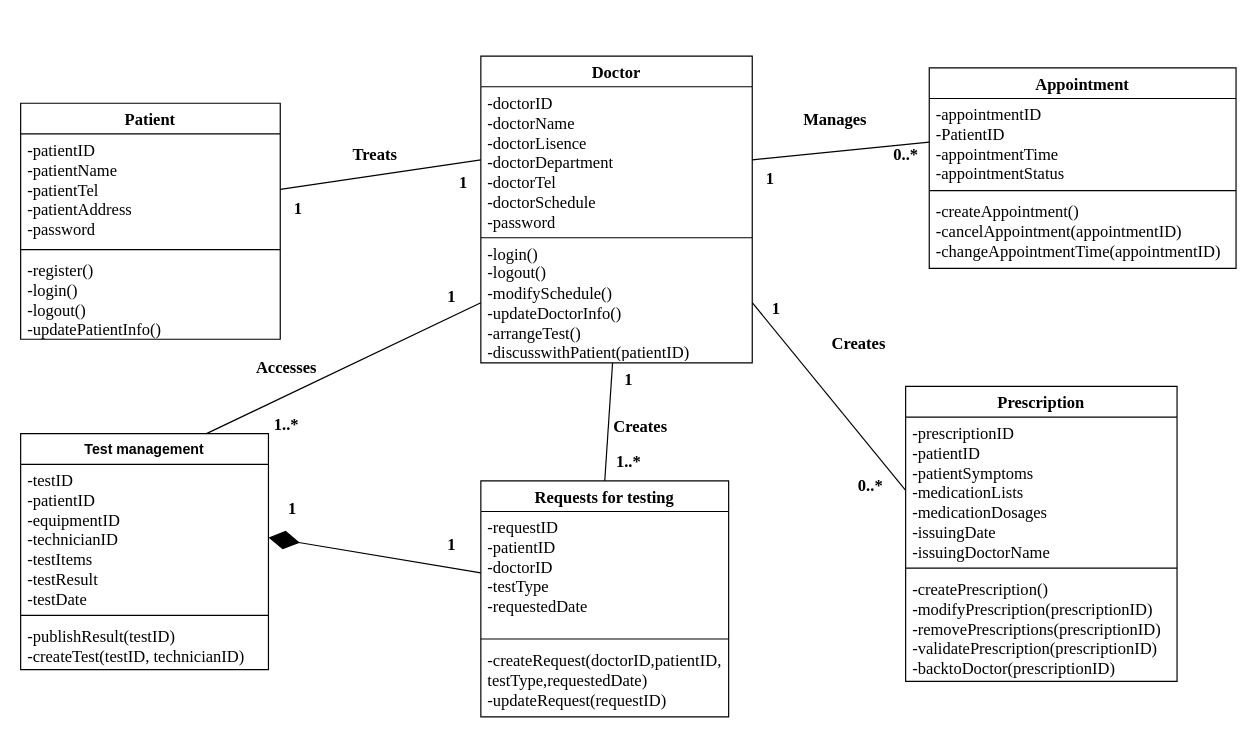
Above: Class Diagram_Doctor.drawio in FOMOKN/Software-Engineering (draw.io), before the change. Source tidied: cells renumbered, new cells numbered last; positions are measured from the earlier drawing's top-left corner, leaving out a move shared by most shapes. Both pictures are drawn from the tidied source at 118%, with x=0, y=0 at pixel (20, 55).
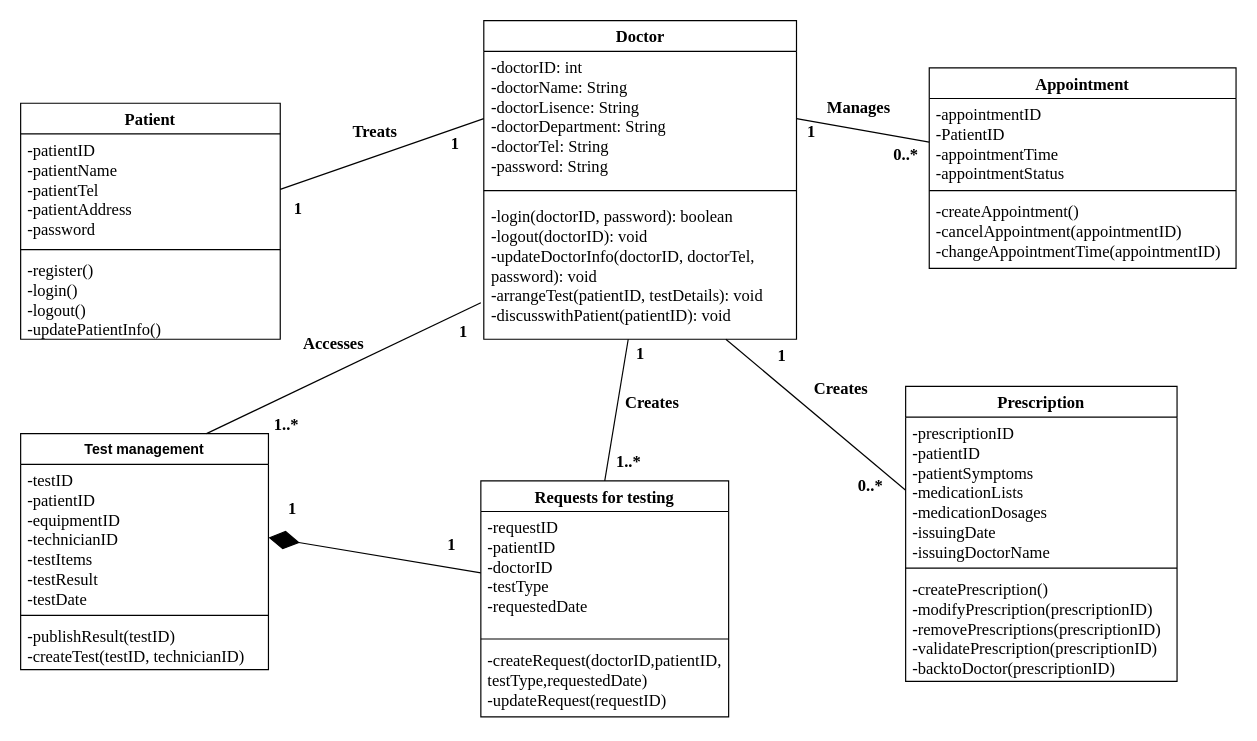
After the change.

The change refers to these unchanged cells:
```xml
<mxCell id="7" value="-appointmentID&lt;br style=&quot;font-size: 14px;&quot;&gt;-PatientID&lt;br style=&quot;font-size: 14px;&quot;&gt;-appointmentTime&lt;br style=&quot;font-size: 14px;&quot;&gt;-appointmentStatus" style="text;strokeColor=none;fillColor=none;align=left;verticalAlign=top;spacingLeft=4;spacingRight=4;overflow=hidden;points=[[0,0.5],[1,0.5]];portConstraint=eastwest;whiteSpace=wrap;html=1;fontFamily=Times New Roman;fontSize=14;" parent="6" vertex="1">
  <mxGeometry y="26" width="260" height="74" as="geometry" />
</mxCell>
<mxCell id="11" value="&lt;font&gt;-prescriptionID&lt;br&gt;-patientID&lt;br style=&quot;font-size: 14px;&quot;&gt;-patientSymptoms&lt;br style=&quot;font-size: 14px;&quot;&gt;-medicationLists&lt;br style=&quot;font-size: 14px;&quot;&gt;-medicationDosages&lt;br&gt;-issuingDate&lt;br&gt;-issuingDoctorName&lt;/font&gt;" style="text;strokeColor=none;fillColor=none;align=left;verticalAlign=top;spacingLeft=4;spacingRight=4;overflow=hidden;points=[[0,0.5],[1,0.5]];portConstraint=eastwest;whiteSpace=wrap;html=1;fontFamily=Times New Roman;fontSize=14;" parent="10" vertex="1">
  <mxGeometry y="26" width="230" height="124" as="geometry" />
</mxCell>
<mxCell id="14" value="&lt;font style=&quot;font-size: 14px;&quot; face=&quot;Times New Roman&quot;&gt;Requests for testing&lt;/font&gt;" style="swimlane;fontStyle=1;align=center;verticalAlign=top;horizontal=1;startSize=26;whiteSpace=wrap;html=1;" parent="1" vertex="1">
  <mxGeometry x="390" y="360" width="210" height="200" as="geometry" />
</mxCell>
<mxCell id="19" value="-patientID&lt;br style=&quot;font-size: 14px;&quot;&gt;-patientName&lt;br style=&quot;font-size: 14px;&quot;&gt;-patientTel&lt;br style=&quot;font-size: 14px;&quot;&gt;-patientAddress&lt;br style=&quot;font-size: 14px;&quot;&gt;-password" style="text;strokeColor=none;fillColor=none;align=left;verticalAlign=top;spacingLeft=4;spacingRight=4;overflow=hidden;points=[[0,0.5],[1,0.5]];portConstraint=eastwest;whiteSpace=wrap;html=1;fontFamily=Times New Roman;fontSize=14;" parent="18" vertex="1">
  <mxGeometry y="26" width="220" height="94" as="geometry" />
</mxCell>
<mxCell id="22" value="Test management" style="swimlane;fontStyle=1;align=center;verticalAlign=top;horizontal=1;startSize=26;whiteSpace=wrap;html=1;" parent="1" vertex="1">
  <mxGeometry y="320" width="210" height="200" as="geometry" />
</mxCell>
```

What changed in the source:
```diff
@@
-    <mxCell id="2" value="&lt;font style=&quot;font-size: 14px;&quot; face=&quot;Times New Roman&quot;&gt;Doctor&lt;/font&gt;" style="swimlane;fontStyle=1;align=center;verticalAlign=top;horizontal=1;startSize=26;whiteSpace=wrap;html=1;" parent="1" vertex="1">
-      <mxGeometry x="390" width="230" height="260" as="geometry" />
-    </mxCell>
-    <mxCell id="3" value="-doctorID&lt;br style=&quot;font-size: 14px;&quot;&gt;-doctorName&lt;br&gt;-doctorLisence&lt;br style=&quot;font-size: 14px;&quot;&gt;-doctorDepartment&lt;br style=&quot;font-size: 14px;&quot;&gt;-doctorTel&lt;br style=&quot;font-size: 14px;&quot;&gt;-doctorSchedule&lt;br&gt;-password" style="text;strokeColor=none;fillColor=none;align=left;verticalAlign=top;spacingLeft=4;spacingRight=4;overflow=hidden;points=[[0,0.5],[1,0.5]];portConstraint=eastwest;whiteSpace=wrap;html=1;fontFamily=Times New Roman;fontStyle=0;fontSize=14;" parent="2" vertex="1">
-      <mxGeometry y="26" width="230" height="124" as="geometry" />
-    </mxCell>
-    <mxCell id="4" style="line;strokeWidth=1;fillColor=none;align=left;verticalAlign=middle;spacingTop=-1;spacingLeft=3;spacingRight=3;labelPosition=right;strokeColor=inherit;" parent="2" vertex="1">
-      <mxGeometry y="150" width="230" height="8" as="geometry" />
-    </mxCell>
-    <mxCell id="5" value="-login()&lt;br&gt;-logout()&lt;br style=&quot;font-size: 14px;&quot;&gt;-modifySchedule()&lt;br style=&quot;font-size: 14px;&quot;&gt;-updateDoctorInfo()&lt;br style=&quot;font-size: 14px;&quot;&gt;-arrangeTest()&lt;br&gt;-discusswithPatient(patientID)" style="text;strokeColor=none;fillColor=none;align=left;verticalAlign=middle;spacingLeft=4;spacingRight=4;overflow=hidden;points=[[0,0.5],[1,0.5]];portConstraint=eastwest;whiteSpace=wrap;html=1;fontSize=14;fontFamily=Times New Roman;" parent="2" vertex="1">
-      <mxGeometry y="158" width="230" height="102" as="geometry" />
-    </mxCell>
@@
-    <mxCell id="26" style="endArrow=none;html=1;rounded=0;entryX=0;entryY=0.5;entryDx=0;entryDy=0;exitX=1;exitY=0.5;exitDx=0;exitDy=0;" parent="1" edge="1" source="3" target="7">
+    <mxCell id="26" style="endArrow=none;html=1;rounded=0;entryX=0;entryY=0.5;entryDx=0;entryDy=0;exitX=1;exitY=0.5;exitDx=0;exitDy=0;" parent="1" edge="1" source="49" target="7">
       <mxGeometry relative="1" as="geometry" />
     </mxCell>
-    <mxCell id="27" style="endArrow=none;html=1;rounded=0;entryX=0;entryY=0.5;entryDx=0;entryDy=0;exitX=1;exitY=0.5;exitDx=0;exitDy=0;" parent="1" edge="1" source="5" target="11">
+    <mxCell id="27" style="endArrow=none;html=1;rounded=0;entryX=0;entryY=0.5;entryDx=0;entryDy=0;" parent="1" edge="1" source="51" target="11">
       <mxGeometry relative="1" as="geometry" />
     </mxCell>
-    <mxCell id="28" style="endArrow=none;html=1;rounded=0;entryX=0.5;entryY=0;entryDx=0;entryDy=0;" parent="1" edge="1" source="5" target="14">
+    <mxCell id="28" style="endArrow=none;html=1;rounded=0;entryX=0.5;entryY=0;entryDx=0;entryDy=0;" parent="1" edge="1" source="51" target="14">
       <mxGeometry relative="1" as="geometry" />
     </mxCell>
     <mxCell id="29" value="Manages" style="text;html=1;align=center;verticalAlign=middle;strokeColor=none;fillColor=none;fontFamily=Times New Roman;fontStyle=1;fontSize=14;" parent="1" vertex="1">
-      <mxGeometry x="650" y="40" width="80" height="30" as="geometry" />
+      <mxGeometry x="670" y="30" width="80" height="30" as="geometry" />
     </mxCell>
     <mxCell id="30" value="1" style="text;html=1;align=center;verticalAlign=middle;strokeColor=none;fillColor=none;fontFamily=Times New Roman;fontStyle=1;fontSize=14;" parent="1" vertex="1">
-      <mxGeometry x="620" y="90" width="30" height="30" as="geometry" />
+      <mxGeometry x="655" y="50" width="30" height="30" as="geometry" />
     </mxCell>
@@
-    <mxCell id="32" style="endArrow=none;html=1;rounded=0;entryX=0;entryY=0.5;entryDx=0;entryDy=0;exitX=1;exitY=0.5;exitDx=0;exitDy=0;" parent="1" edge="1" source="19" target="3">
+    <mxCell id="32" style="endArrow=none;html=1;rounded=0;entryX=0;entryY=0.5;entryDx=0;entryDy=0;exitX=1;exitY=0.5;exitDx=0;exitDy=0;" parent="1" edge="1" source="19" target="49">
       <mxGeometry relative="1" as="geometry" />
     </mxCell>
     <mxCell id="33" value="Treats" style="text;html=1;align=center;verticalAlign=middle;strokeColor=none;fillColor=none;fontFamily=Times New Roman;fontStyle=1;fontSize=14;" parent="1" vertex="1">
-      <mxGeometry x="270" y="70" width="60" height="30" as="geometry" />
+      <mxGeometry x="270" y="50" width="60" height="30" as="geometry" />
     </mxCell>
-    <mxCell id="34" style="endArrow=none;html=1;rounded=0;entryX=0;entryY=0.5;entryDx=0;entryDy=0;exitX=0.75;exitY=0;exitDx=0;exitDy=0;" parent="1" edge="1" source="22" target="5">
-      <mxGeometry relative="1" as="geometry" />
+    <mxCell id="34" style="endArrow=none;html=1;rounded=0;entryX=0;entryY=0.5;entryDx=0;entryDy=0;exitX=0.75;exitY=0;exitDx=0;exitDy=0;" parent="1" edge="1" source="22">
+      <mxGeometry relative="1" as="geometry">
+        <mxPoint x="390" y="209" as="targetPoint" />
+      </mxGeometry>
     </mxCell>
     <mxCell id="35" value="Accesses" style="text;html=1;align=center;verticalAlign=middle;strokeColor=none;fillColor=none;fontFamily=Times New Roman;fontStyle=1;fontSize=14;" parent="1" vertex="1">
-      <mxGeometry x="190" y="250" width="70" height="30" as="geometry" />
+      <mxGeometry x="230" y="230" width="70" height="30" as="geometry" />
     </mxCell>
     <mxCell id="36" value="Creates" style="text;html=1;align=center;verticalAlign=middle;strokeColor=none;fillColor=none;fontStyle=1;fontFamily=Times New Roman;fontSize=14;" parent="1" vertex="1">
-      <mxGeometry x="675" y="230" width="70" height="30" as="geometry" />
+      <mxGeometry x="660" y="268" width="70" height="30" as="geometry" />
     </mxCell>
     <mxCell id="37" value="&lt;b&gt;&lt;font face=&quot;Times New Roman&quot; style=&quot;font-size: 14px;&quot;&gt;Creates&lt;/font&gt;&lt;/b&gt;" style="text;html=1;align=center;verticalAlign=middle;strokeColor=none;fillColor=none;" parent="1" vertex="1">
-      <mxGeometry x="490" y="300" width="70" height="30" as="geometry" />
+      <mxGeometry x="500" y="280" width="70" height="30" as="geometry" />
     </mxCell>
     <mxCell id="38" value="1" style="text;html=1;align=center;verticalAlign=middle;strokeColor=none;fillColor=none;fontFamily=Times New Roman;fontStyle=1;fontSize=14;" parent="1" vertex="1">
-      <mxGeometry x="360" y="93" width="30" height="30" as="geometry" />
+      <mxGeometry x="352.5" y="60" width="30" height="30" as="geometry" />
     </mxCell>
@@
     <mxCell id="40" value="1" style="text;html=1;align=center;verticalAlign=middle;strokeColor=none;fillColor=none;fontFamily=Times New Roman;fontStyle=1;fontSize=14;" parent="1" vertex="1">
-      <mxGeometry x="500" y="260" width="30" height="30" as="geometry" />
+      <mxGeometry x="510" y="238" width="30" height="30" as="geometry" />
     </mxCell>
@@
     <mxCell id="42" value="1" style="text;html=1;align=center;verticalAlign=middle;strokeColor=none;fillColor=none;fontFamily=Times New Roman;fontStyle=1;fontSize=14;" parent="1" vertex="1">
-      <mxGeometry x="350" y="190" width="30" height="30" as="geometry" />
+      <mxGeometry x="360" y="220" width="30" height="30" as="geometry" />
     </mxCell>
@@
     <mxCell id="47" value="1" style="text;html=1;align=center;verticalAlign=middle;strokeColor=none;fillColor=none;fontFamily=Times New Roman;fontStyle=1;fontSize=14;" parent="1" vertex="1">
-      <mxGeometry x="625" y="200" width="30" height="30" as="geometry" />
+      <mxGeometry x="630" y="240" width="30" height="30" as="geometry" />
     </mxCell>
@@
+    <mxCell id="2" value="&lt;font style=&quot;font-size: 14px;&quot; face=&quot;Times New Roman&quot;&gt;Doctor&lt;/font&gt;" style="swimlane;fontStyle=1;align=center;verticalAlign=top;horizontal=1;startSize=26;whiteSpace=wrap;html=1;" parent="1" vertex="1">
+      <mxGeometry x="392.5" y="-30" width="265" height="270" as="geometry" />
+    </mxCell>
+    <mxCell id="49" value="-doctorID: int&lt;br style=&quot;border-color: var(--border-color);&quot;&gt;-doctorName: String&lt;br&gt;-doctorLisence:&amp;nbsp;String&lt;br style=&quot;font-size: 14px;&quot;&gt;-doctorDepartment:&amp;nbsp;String&lt;br style=&quot;font-size: 14px;&quot;&gt;-doctorTel:&amp;nbsp;String&lt;br&gt;-password:&amp;nbsp;String" style="text;strokeColor=none;fillColor=none;align=left;verticalAlign=top;spacingLeft=4;spacingRight=4;overflow=hidden;points=[[0,0.5],[1,0.5]];portConstraint=eastwest;whiteSpace=wrap;html=1;fontFamily=Times New Roman;fontStyle=0;fontSize=14;" parent="2" vertex="1">
+      <mxGeometry y="26" width="265" height="114" as="geometry" />
+    </mxCell>
+    <mxCell id="50" style="line;strokeWidth=1;fillColor=none;align=left;verticalAlign=middle;spacingTop=-1;spacingLeft=3;spacingRight=3;labelPosition=right;strokeColor=inherit;" parent="2" vertex="1">
+      <mxGeometry y="140" width="265" height="8" as="geometry" />
+    </mxCell>
+    <mxCell id="51" value="-login(doctorID, password):&amp;nbsp;boolean&lt;br&gt;-logout(doctorID):&amp;nbsp;void&lt;br style=&quot;font-size: 14px;&quot;&gt;-updateDoctorInfo(doctorID, doctorTel, password):&amp;nbsp;void&lt;br style=&quot;font-size: 14px;&quot;&gt;-arrangeTest(patientID, testDetails):&amp;nbsp;void&lt;br&gt;-discusswithPatient(patientID): void" style="text;strokeColor=none;fillColor=none;align=left;verticalAlign=middle;spacingLeft=4;spacingRight=4;overflow=hidden;points=[[0,0.5],[1,0.5]];portConstraint=eastwest;whiteSpace=wrap;html=1;fontSize=14;fontFamily=Times New Roman;" parent="2" vertex="1">
+      <mxGeometry y="148" width="265" height="122" as="geometry" />
+    </mxCell>
```
